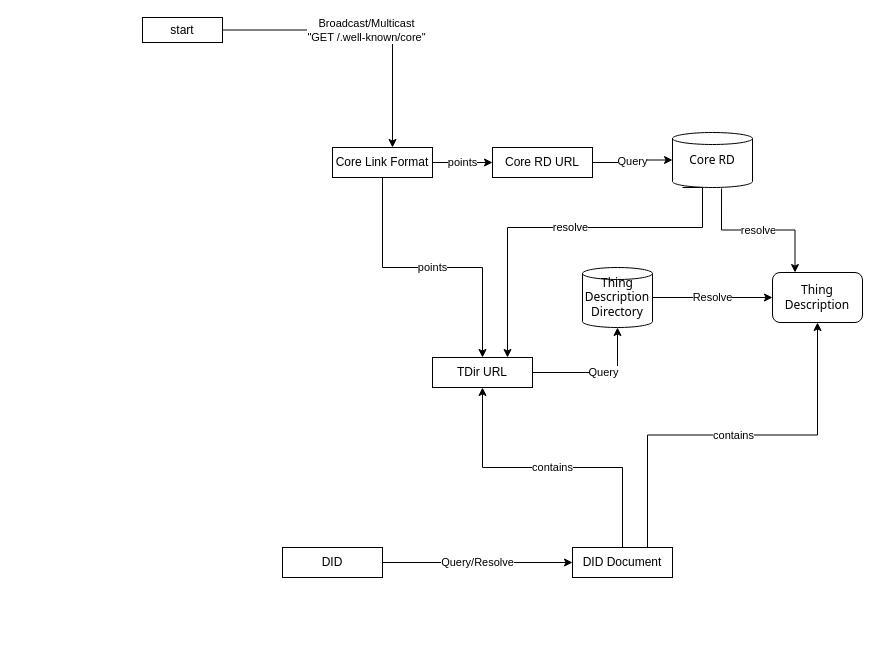
Above: discovery/discovery-lifecycle.drawio in k-toumura/document-for-wot (draw.io), before the change. Source tidied: cells renumbered, new cells numbered last; positions are measured from the earlier drawing's top-left corner, leaving out a move shared by most shapes. Both pictures are drawn from the tidied source at 100%, with x=0, y=0 at pixel (142, 17).
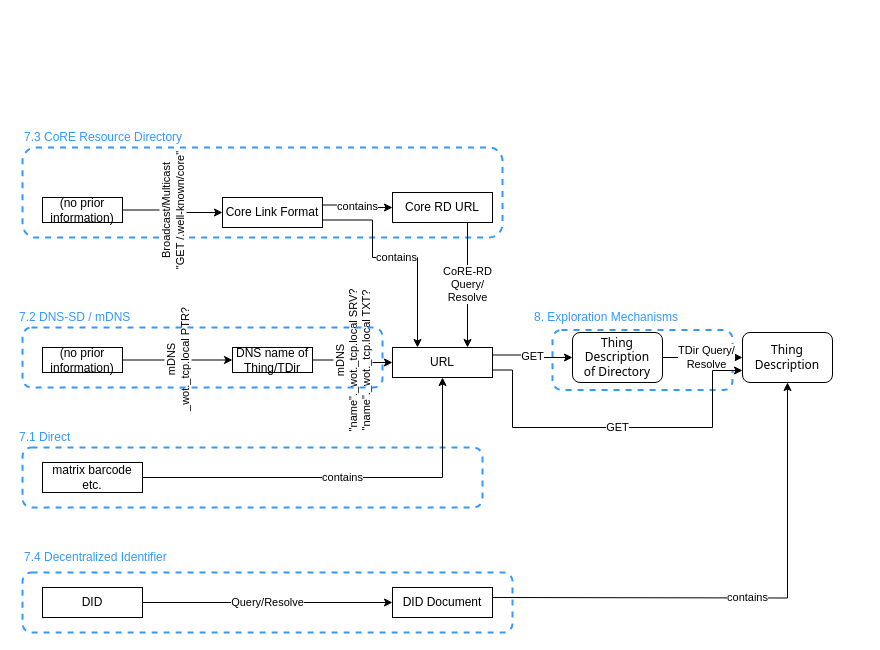
Above is the later version.

Diff of the diagram source:
```diff
@@
+    <mxCell id="23" style="rounded=1;whiteSpace=wrap;html=1;fillColor=none;strokeWidth=2;dashed=1;strokeColor=#3399FF;" parent="1" vertex="1">
+      <mxGeometry x="-120" y="430" width="460" height="60" as="geometry" />
+    </mxCell>
+    <mxCell id="24" style="rounded=1;whiteSpace=wrap;html=1;fillColor=none;strokeWidth=2;dashed=1;strokeColor=#3399FF;" parent="1" vertex="1">
+      <mxGeometry x="-120" y="130" width="480" height="90" as="geometry" />
+    </mxCell>
+    <mxCell id="25" style="rounded=1;whiteSpace=wrap;html=1;fillColor=none;strokeWidth=2;dashed=1;strokeColor=#3399FF;" parent="1" vertex="1">
+      <mxGeometry x="410" y="312.5" width="180" height="60" as="geometry" />
+    </mxCell>
-    <mxCell id="2" value="resolve" style="edgeStyle=orthogonalEdgeStyle;rounded=0;jettySize=auto;html=1;exitX=0.25;exitY=0;exitDx=0;exitDy=0;entryX=0.613;entryY=1.018;entryDx=0;entryDy=0;entryPerimeter=0;startArrow=classic;startFill=1;endArrow=none;endFill=0;" parent="1" edge="1" source="3" target="18">
+    <mxCell id="2" value="CoRE-RD&lt;br&gt;&lt;div&gt;Query/&lt;/div&gt;&lt;div&gt;Resolve&lt;br&gt;&lt;/div&gt;" style="edgeStyle=orthogonalEdgeStyle;rounded=0;jettySize=auto;html=1;exitX=0.75;exitY=0;exitDx=0;exitDy=0;entryX=0.75;entryY=1;entryDx=0;entryDy=0;startArrow=classic;startFill=1;endArrow=none;endFill=0;" parent="1" edge="1" source="9" target="21">
       <mxGeometry relative="1" as="geometry" />
     </mxCell>
     <mxCell id="3" value="&lt;div&gt;Thing&lt;/div&gt;&lt;div&gt;Description&lt;br&gt;&lt;/div&gt;" style="rounded=1;whiteSpace=wrap;html=1;fontFamily=Noto Sans;" parent="1" vertex="1">
-      <mxGeometry x="630" y="255" width="90" height="50" as="geometry" />
+      <mxGeometry x="600" y="315" width="90" height="50" as="geometry" />
     </mxCell>
-    <mxCell id="4" value="Resolve" style="edgeStyle=orthogonalEdgeStyle;rounded=0;jettySize=auto;html=1;" parent="1" edge="1" source="5" target="3">
-      <mxGeometry relative="1" as="geometry" />
-    </mxCell>
-    <mxCell id="5" value="&lt;div&gt;Thing&lt;/div&gt;&lt;div&gt;Description&lt;br&gt;&lt;/div&gt;&lt;div&gt;Directory&lt;br&gt;&lt;/div&gt;" style="shape=cylinder2;whiteSpace=wrap;html=1;boundedLbl=1;backgroundOutline=1;size=6;fontFamily=Noto Sans;FType=g;" parent="1" vertex="1">
-      <mxGeometry x="440" y="250" width="70" height="60" as="geometry" />
-    </mxCell>
-    <mxCell id="6" style="edgeStyle=orthogonalEdgeStyle;rounded=0;jettySize=auto;html=1;exitX=1;exitY=0.5;exitDx=0;exitDy=0;" parent="1" edge="1" source="9" target="5">
+    <mxCell id="6" style="edgeStyle=orthogonalEdgeStyle;rounded=0;jettySize=auto;html=1;entryX=0;entryY=0.5;entryDx=0;entryDy=0;exitX=1;exitY=0.5;exitDx=0;exitDy=0;" parent="1" edge="1" source="31" target="3">
       <mxGeometry relative="1" as="geometry" />
     </mxCell>
-    <mxCell id="7" value="Query" style="edgeLabel;html=1;align=center;verticalAlign=middle;" parent="6" vertex="1">
+    <mxCell id="7" value="&lt;div&gt;TDir Query/&lt;/div&gt;&lt;div&gt;Resolve&lt;br&gt;&lt;/div&gt;" style="edgeLabel;html=1;align=center;verticalAlign=middle;" parent="6" vertex="1">
       <mxGeometry x="0.07" y="1" relative="1" as="geometry" />
     </mxCell>
-    <mxCell id="8" value="resolve" style="edgeStyle=orthogonalEdgeStyle;rounded=0;jettySize=auto;html=1;exitX=0.75;exitY=0;exitDx=0;exitDy=0;entryX=0.125;entryY=1;entryDx=0;entryDy=0;entryPerimeter=0;startArrow=classic;startFill=1;endArrow=none;endFill=0;" parent="1" edge="1" source="9" target="18">
-      <mxGeometry relative="1" as="geometry">
-        <Array as="points">
-          <mxPoint x="365" y="210" />
-          <mxPoint x="560" y="210" />
-          <mxPoint x="560" y="170" />
-        </Array>
-      </mxGeometry>
-    </mxCell>
+    <mxCell id="26" value="&lt;div&gt;GET&lt;/div&gt;" style="edgeStyle=orthogonalEdgeStyle;rounded=0;jettySize=auto;html=1;exitX=1;exitY=0.75;exitDx=0;exitDy=0;" parent="1" edge="1" source="9">
+      <mxGeometry relative="1" as="geometry">
+        <mxPoint x="600" y="353" as="targetPoint" />
+        <Array as="points">
+          <mxPoint x="370" y="353" />
+          <mxPoint x="370" y="410" />
+          <mxPoint x="570" y="410" />
+          <mxPoint x="570" y="353" />
+        </Array>
+      </mxGeometry>
+    </mxCell>
-    <mxCell id="9" value="&lt;div&gt;TDir URL&lt;br&gt;&lt;/div&gt;" style="rounded=0;whiteSpace=wrap;html=1;" parent="1" vertex="1">
-      <mxGeometry x="290" y="340" width="100" height="30" as="geometry" />
+    <mxCell id="9" value="URL" style="rounded=0;whiteSpace=wrap;html=1;" parent="1" vertex="1">
+      <mxGeometry x="250" y="330" width="100" height="30" as="geometry" />
     </mxCell>
@@
     <mxCell id="11" value="DID" style="rounded=0;whiteSpace=wrap;html=1;" parent="1" vertex="1">
-      <mxGeometry x="140" y="530" width="100" height="30" as="geometry" />
+      <mxGeometry x="-100" y="570" width="100" height="30" as="geometry" />
     </mxCell>
-    <mxCell id="12" value="contains" style="edgeStyle=orthogonalEdgeStyle;rounded=0;jettySize=auto;html=1;exitX=0.5;exitY=0;exitDx=0;exitDy=0;entryX=0.5;entryY=1;entryDx=0;entryDy=0;" parent="1" edge="1" source="14" target="9">
-      <mxGeometry relative="1" as="geometry" />
-    </mxCell>
-    <mxCell id="13" value="contains" style="edgeStyle=orthogonalEdgeStyle;rounded=0;jettySize=auto;html=1;exitX=0.75;exitY=0;exitDx=0;exitDy=0;entryX=0.5;entryY=1;entryDx=0;entryDy=0;" parent="1" edge="1" source="14" target="3">
-      <mxGeometry relative="1" as="geometry" />
+    <mxCell id="13" value="contains" style="edgeStyle=orthogonalEdgeStyle;rounded=0;jettySize=auto;html=1;entryX=0.5;entryY=1;entryDx=0;entryDy=0;" parent="1" edge="1" target="3">
+      <mxGeometry relative="1" as="geometry">
+        <mxPoint x="350" y="580" as="sourcePoint" />
+      </mxGeometry>
     </mxCell>
     <mxCell id="14" value="DID Document" style="rounded=0;whiteSpace=wrap;html=1;" parent="1" vertex="1">
-      <mxGeometry x="430" y="530" width="100" height="30" as="geometry" />
+      <mxGeometry x="250" y="570" width="100" height="30" as="geometry" />
     </mxCell>
-    <mxCell id="15" value="points" style="edgeStyle=orthogonalEdgeStyle;rounded=0;jettySize=auto;html=1;exitX=0.5;exitY=1;exitDx=0;exitDy=0;" parent="1" edge="1" source="17" target="9">
-      <mxGeometry relative="1" as="geometry" />
+    <mxCell id="15" value="contains" style="edgeStyle=orthogonalEdgeStyle;rounded=0;jettySize=auto;html=1;exitX=1;exitY=0.75;exitDx=0;exitDy=0;entryX=0.25;entryY=0;entryDx=0;entryDy=0;" parent="1" edge="1" source="17" target="9">
+      <mxGeometry relative="1" as="geometry">
+        <Array as="points">
+          <mxPoint x="230" y="203" />
+          <mxPoint x="230" y="240" />
+          <mxPoint x="275" y="240" />
+        </Array>
+      </mxGeometry>
     </mxCell>
-    <mxCell id="16" value="points" style="edgeStyle=orthogonalEdgeStyle;rounded=0;jettySize=auto;html=1;exitX=1;exitY=0.5;exitDx=0;exitDy=0;entryX=0;entryY=0.5;entryDx=0;entryDy=0;" parent="1" edge="1" source="17" target="21">
+    <mxCell id="16" value="contains" style="edgeStyle=orthogonalEdgeStyle;rounded=0;jettySize=auto;html=1;exitX=1;exitY=0.25;exitDx=0;exitDy=0;entryX=0;entryY=0.5;entryDx=0;entryDy=0;" parent="1" edge="1" source="17" target="21">
       <mxGeometry relative="1" as="geometry" />
     </mxCell>
     <mxCell id="17" value="Core Link Format" style="rounded=0;whiteSpace=wrap;html=1;" parent="1" vertex="1">
-      <mxGeometry x="190" y="130" width="100" height="30" as="geometry" />
+      <mxGeometry x="80" y="180" width="100" height="30" as="geometry" />
     </mxCell>
-    <mxCell id="18" value="Core RD" style="shape=cylinder2;whiteSpace=wrap;html=1;boundedLbl=1;backgroundOutline=1;size=6;fontFamily=Noto Sans;FType=g;" parent="1" vertex="1">
-      <mxGeometry x="530" y="115" width="80" height="55" as="geometry" />
-    </mxCell>
-    <mxCell id="19" value="&lt;div&gt;Broadcast/Multicast &lt;br&gt;&lt;/div&gt;&lt;div&gt;&quot;GET /.well-known/core&quot;&lt;br&gt;&lt;/div&gt;" style="edgeStyle=orthogonalEdgeStyle;rounded=0;jettySize=auto;html=1;exitX=1;exitY=0.5;exitDx=0;exitDy=0;entryX=0.6;entryY=0;entryDx=0;entryDy=0;entryPerimeter=0;startArrow=none;startFill=0;endArrow=classic;endFill=1;" parent="1" edge="1" source="20" target="17">
+    <mxCell id="19" value="&lt;div&gt;Broadcast/Multicast &lt;br&gt;&lt;/div&gt;&lt;div&gt;&quot;GET /.well-known/core&quot;&lt;br&gt;&lt;/div&gt;" style="edgeStyle=orthogonalEdgeStyle;rounded=0;jettySize=auto;html=1;exitX=1;exitY=0.5;exitDx=0;exitDy=0;entryX=0;entryY=0.5;entryDx=0;entryDy=0;startArrow=none;startFill=0;endArrow=classic;endFill=1;horizontal=0;" parent="1" edge="1" source="20" target="17">
       <mxGeometry relative="1" as="geometry" />
     </mxCell>
+    <mxCell id="27" value="&lt;div&gt;mDNS&lt;/div&gt;&lt;div&gt;_wot._tcp.local PTR?&lt;br&gt;&lt;/div&gt;" style="edgeStyle=orthogonalEdgeStyle;rounded=0;jettySize=auto;html=1;entryX=0;entryY=0.5;entryDx=0;entryDy=0;exitX=1;exitY=0.5;exitDx=0;exitDy=0;horizontal=0;" parent="1" edge="1" source="33" target="29">
+      <mxGeometry relative="1" as="geometry" />
+    </mxCell>
-    <mxCell id="20" value="start" style="rounded=0;whiteSpace=wrap;html=1;" parent="1" vertex="1">
-      <mxGeometry width="80" height="25" as="geometry" />
+    <mxCell id="20" value="&lt;div&gt;(no prior&lt;/div&gt;&lt;div&gt;information)&lt;br&gt;&lt;/div&gt;" style="rounded=0;whiteSpace=wrap;html=1;" parent="1" vertex="1">
+      <mxGeometry x="-100" y="180" width="80" height="25" as="geometry" />
     </mxCell>
     <mxCell id="21" value="Core RD URL" style="rounded=0;whiteSpace=wrap;html=1;" parent="1" vertex="1">
-      <mxGeometry x="350" y="130" width="100" height="30" as="geometry" />
+      <mxGeometry x="250" y="175" width="100" height="30" as="geometry" />
     </mxCell>
-    <mxCell id="22" value="Query" style="edgeStyle=orthogonalEdgeStyle;rounded=0;jettySize=auto;html=1;exitX=1;exitY=0.5;exitDx=0;exitDy=0;" parent="1" edge="1" source="21" target="18">
-      <mxGeometry relative="1" as="geometry" />
-    </mxCell>
+    <mxCell id="28" value="&lt;div&gt;mDNS&lt;/div&gt;&lt;div&gt;&quot;name&quot;._wot._tcp.local SRV?&lt;/div&gt;&lt;div&gt;&quot;name&quot;._wot._tcp.local TXT?&lt;br&gt;&lt;/div&gt;" style="edgeStyle=orthogonalEdgeStyle;rounded=0;jettySize=auto;html=1;exitX=1;exitY=0.5;exitDx=0;exitDy=0;entryX=0;entryY=0.5;entryDx=0;entryDy=0;horizontal=0;" parent="1" edge="1" source="29" target="9">
+      <mxGeometry relative="1" as="geometry" />
+    </mxCell>
+    <mxCell id="29" value="DNS name of Thing/TDir" style="rounded=0;whiteSpace=wrap;html=1;" parent="1" vertex="1">
+      <mxGeometry x="90" y="330" width="80" height="25" as="geometry" />
+    </mxCell>
+    <mxCell id="12" value="contains" style="edgeStyle=orthogonalEdgeStyle;rounded=0;jettySize=auto;html=1;exitX=1;exitY=0.5;exitDx=0;exitDy=0;entryX=0.5;entryY=1;entryDx=0;entryDy=0;" parent="1" edge="1" source="30" target="9">
+      <mxGeometry relative="1" as="geometry" />
+    </mxCell>
+    <mxCell id="30" value="&lt;div&gt;matrix barcode&lt;/div&gt;&lt;div&gt;etc.&lt;br&gt;&lt;/div&gt;" style="rounded=0;whiteSpace=wrap;html=1;" parent="1" vertex="1">
+      <mxGeometry x="-100" y="445" width="100" height="30" as="geometry" />
+    </mxCell>
+    <mxCell id="31" value="&lt;div&gt;Thing&lt;/div&gt;&lt;div&gt;Description&lt;/div&gt;&lt;div&gt;of Directory&lt;br&gt;&lt;/div&gt;" style="rounded=1;whiteSpace=wrap;html=1;fontFamily=Noto Sans;" parent="1" vertex="1">
+      <mxGeometry x="430" y="315" width="90" height="50" as="geometry" />
+    </mxCell>
+    <mxCell id="32" value="&lt;div&gt;GET&lt;/div&gt;" style="edgeStyle=orthogonalEdgeStyle;rounded=0;jettySize=auto;html=1;entryX=0;entryY=0.5;entryDx=0;entryDy=0;exitX=1;exitY=0.25;exitDx=0;exitDy=0;" parent="1" edge="1" source="9" target="31">
+      <mxGeometry relative="1" as="geometry" />
+    </mxCell>
+    <mxCell id="33" value="&lt;div&gt;(no prior&lt;/div&gt;&lt;div&gt;information)&lt;br&gt;&lt;/div&gt;" style="rounded=0;whiteSpace=wrap;html=1;" parent="1" vertex="1">
+      <mxGeometry x="-100" y="330" width="80" height="25" as="geometry" />
+    </mxCell>
+    <mxCell id="34" value="7.3 CoRE Resource Directory" style="text;html=1;strokeColor=none;fillColor=none;align=left;verticalAlign=middle;whiteSpace=wrap;rounded=0;dashed=1;fontColor=#3399FF;" parent="1" vertex="1">
+      <mxGeometry x="-120" y="110" width="180" height="20" as="geometry" />
+    </mxCell>
+    <mxCell id="35" style="rounded=1;whiteSpace=wrap;html=1;fillColor=none;strokeWidth=2;dashed=1;strokeColor=#3399FF;" parent="1" vertex="1">
+      <mxGeometry x="-120" y="310" width="360" height="60" as="geometry" />
+    </mxCell>
+    <mxCell id="36" value="7.2 DNS-SD / mDNS" style="text;html=1;strokeColor=none;fillColor=none;align=left;verticalAlign=middle;whiteSpace=wrap;rounded=0;dashed=1;fontColor=#3399FF;" parent="1" vertex="1">
+      <mxGeometry x="-125" y="290" width="180" height="20" as="geometry" />
+    </mxCell>
+    <mxCell id="37" value="7.1 Direct" style="text;html=1;strokeColor=none;fillColor=none;align=left;verticalAlign=middle;whiteSpace=wrap;rounded=0;dashed=1;fontColor=#3399FF;" parent="1" vertex="1">
+      <mxGeometry x="-125" y="410" width="180" height="20" as="geometry" />
+    </mxCell>
+    <mxCell id="38" style="rounded=1;whiteSpace=wrap;html=1;fillColor=none;strokeWidth=2;dashed=1;strokeColor=#3399FF;" parent="1" vertex="1">
+      <mxGeometry x="-120" y="555" width="490" height="60" as="geometry" />
+    </mxCell>
+    <mxCell id="39" value="7.4 Decentralized Identifier" style="text;html=1;strokeColor=none;fillColor=none;align=left;verticalAlign=middle;whiteSpace=wrap;rounded=0;dashed=1;fontColor=#3399FF;" parent="1" vertex="1">
+      <mxGeometry x="-120" y="530" width="180" height="20" as="geometry" />
+    </mxCell>
+    <mxCell id="40" value="8. Exploration Mechanisms" style="text;html=1;strokeColor=none;fillColor=none;align=left;verticalAlign=middle;whiteSpace=wrap;rounded=0;dashed=1;fontColor=#3399FF;" parent="1" vertex="1">
+      <mxGeometry x="390" y="290" width="180" height="20" as="geometry" />
+    </mxCell>
```
